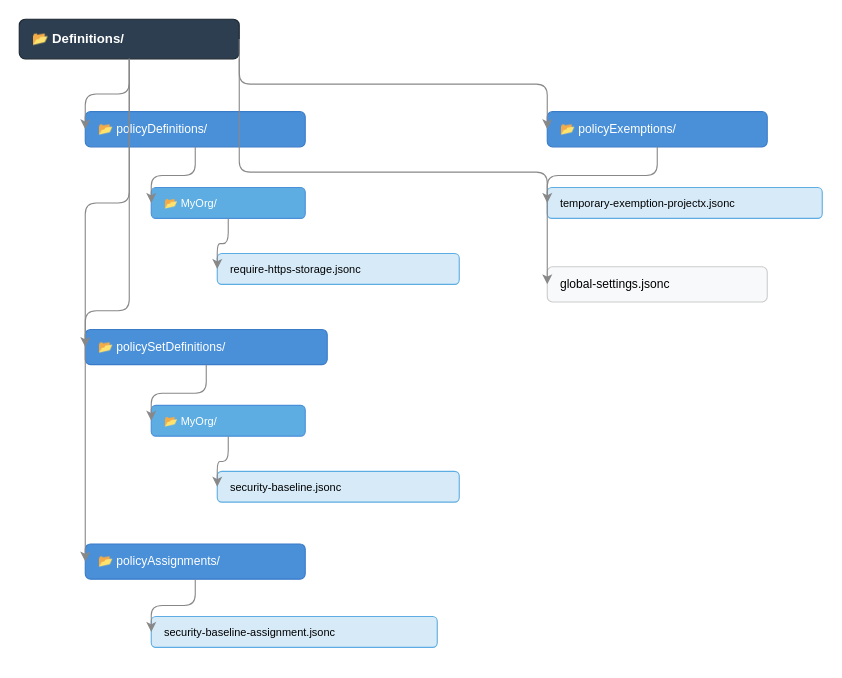
This is images/epac-folder-structure.drawio from ricmmartins/azure-governance-made-simple, a draw.io file, before an edit. Source tidied: cells renumbered, new cells numbered last; positions are measured from the earlier drawing's top-left corner, leaving out a move shared by most shapes. Both pictures are drawn from the tidied source at 110%, with x=0, y=0 at pixel (19, 19).
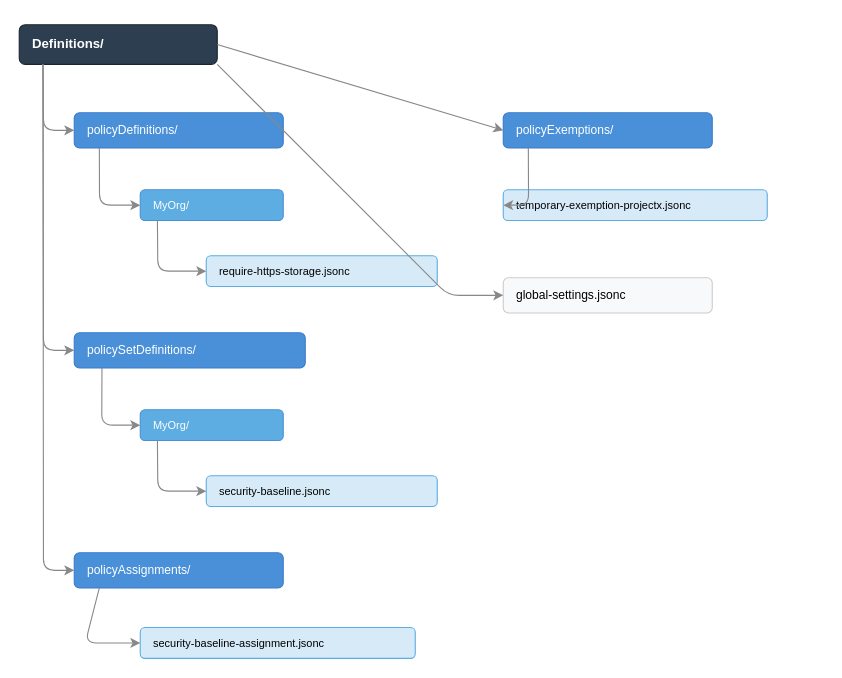
The same page after the edit.

Diff of the diagram source:
```diff
@@
-    <mxCell id="2" value="📂 Definitions/" style="rounded=1;whiteSpace=wrap;fillColor=#2C3E50;fontColor=#FFFFFF;strokeColor=#1A252F;fontSize=12;fontStyle=1;align=left;spacingLeft=10;" parent="1" vertex="1">
-      <mxGeometry width="200" height="36" as="geometry" />
+    <mxCell id="2" value="Definitions/" style="rounded=1;whiteSpace=wrap;fillColor=#2C3E50;fontColor=#FFFFFF;strokeColor=#1A252F;fontSize=12;fontStyle=1;align=left;spacingLeft=10;" parent="1" vertex="1">
+      <mxGeometry y="5" width="180" height="36" as="geometry" />
     </mxCell>
-    <mxCell id="3" value="📂 policyDefinitions/" style="rounded=1;whiteSpace=wrap;fillColor=#4A90D9;fontColor=#FFFFFF;strokeColor=#3A7BC8;fontSize=11;align=left;spacingLeft=10;" parent="1" vertex="1">
-      <mxGeometry x="60" y="84" width="200" height="32" as="geometry" />
+    <mxCell id="3" value="policyDefinitions/" style="rounded=1;whiteSpace=wrap;fillColor=#4A90D9;fontColor=#FFFFFF;strokeColor=#3A7BC8;fontSize=11;align=left;spacingLeft=10;" parent="1" vertex="1">
+      <mxGeometry x="50" y="85" width="190" height="32" as="geometry" />
     </mxCell>
-    <mxCell id="4" value="📂 MyOrg/" style="rounded=1;whiteSpace=wrap;fillColor=#5DADE2;fontColor=#FFFFFF;strokeColor=#4A90D9;fontSize=10;align=left;spacingLeft=10;" parent="1" vertex="1">
-      <mxGeometry x="120" y="153" width="140" height="28" as="geometry" />
+    <mxCell id="4" value="MyOrg/" style="rounded=1;whiteSpace=wrap;fillColor=#5DADE2;fontColor=#FFFFFF;strokeColor=#4A90D9;fontSize=10;align=left;spacingLeft=10;" parent="1" vertex="1">
+      <mxGeometry x="110" y="155" width="130" height="28" as="geometry" />
     </mxCell>
     <mxCell id="5" value="require-https-storage.jsonc" style="rounded=1;whiteSpace=wrap;fillColor=#D6EAF8;strokeColor=#5DADE2;fontSize=10;align=left;spacingLeft=10;" parent="1" vertex="1">
-      <mxGeometry x="180" y="213" width="220" height="28" as="geometry" />
+      <mxGeometry x="170" y="215" width="210" height="28" as="geometry" />
     </mxCell>
-    <mxCell id="6" value="📂 policySetDefinitions/" style="rounded=1;whiteSpace=wrap;fillColor=#4A90D9;fontColor=#FFFFFF;strokeColor=#3A7BC8;fontSize=11;align=left;spacingLeft=10;" parent="1" vertex="1">
-      <mxGeometry x="60" y="282" width="220" height="32" as="geometry" />
+    <mxCell id="6" value="policySetDefinitions/" style="rounded=1;whiteSpace=wrap;fillColor=#4A90D9;fontColor=#FFFFFF;strokeColor=#3A7BC8;fontSize=11;align=left;spacingLeft=10;" parent="1" vertex="1">
+      <mxGeometry x="50" y="285" width="210" height="32" as="geometry" />
     </mxCell>
-    <mxCell id="7" value="📂 MyOrg/" style="rounded=1;whiteSpace=wrap;fillColor=#5DADE2;fontColor=#FFFFFF;strokeColor=#4A90D9;fontSize=10;align=left;spacingLeft=10;" parent="1" vertex="1">
-      <mxGeometry x="120" y="351" width="140" height="28" as="geometry" />
+    <mxCell id="7" value="MyOrg/" style="rounded=1;whiteSpace=wrap;fillColor=#5DADE2;fontColor=#FFFFFF;strokeColor=#4A90D9;fontSize=10;align=left;spacingLeft=10;" parent="1" vertex="1">
+      <mxGeometry x="110" y="355" width="130" height="28" as="geometry" />
     </mxCell>
     <mxCell id="8" value="security-baseline.jsonc" style="rounded=1;whiteSpace=wrap;fillColor=#D6EAF8;strokeColor=#5DADE2;fontSize=10;align=left;spacingLeft=10;" parent="1" vertex="1">
-      <mxGeometry x="180" y="411" width="220" height="28" as="geometry" />
+      <mxGeometry x="170" y="415" width="210" height="28" as="geometry" />
     </mxCell>
-    <mxCell id="9" value="📂 policyAssignments/" style="rounded=1;whiteSpace=wrap;fillColor=#4A90D9;fontColor=#FFFFFF;strokeColor=#3A7BC8;fontSize=11;align=left;spacingLeft=10;" parent="1" vertex="1">
-      <mxGeometry x="60" y="477" width="200" height="32" as="geometry" />
+    <mxCell id="9" value="policyAssignments/" style="rounded=1;whiteSpace=wrap;fillColor=#4A90D9;fontColor=#FFFFFF;strokeColor=#3A7BC8;fontSize=11;align=left;spacingLeft=10;" parent="1" vertex="1">
+      <mxGeometry x="50" y="485" width="190" height="32" as="geometry" />
     </mxCell>
     <mxCell id="10" value="security-baseline-assignment.jsonc" style="rounded=1;whiteSpace=wrap;fillColor=#D6EAF8;strokeColor=#5DADE2;fontSize=10;align=left;spacingLeft=10;" parent="1" vertex="1">
-      <mxGeometry x="120" y="543" width="260" height="28" as="geometry" />
+      <mxGeometry x="110" y="553" width="250" height="28" as="geometry" />
     </mxCell>
-    <mxCell id="11" value="📂 policyExemptions/" style="rounded=1;whiteSpace=wrap;fillColor=#4A90D9;fontColor=#FFFFFF;strokeColor=#3A7BC8;fontSize=11;align=left;spacingLeft=10;" parent="1" vertex="1">
-      <mxGeometry x="480" y="84" width="200" height="32" as="geometry" />
+    <mxCell id="11" value="policyExemptions/" style="rounded=1;whiteSpace=wrap;fillColor=#4A90D9;fontColor=#FFFFFF;strokeColor=#3A7BC8;fontSize=11;align=left;spacingLeft=10;" parent="1" vertex="1">
+      <mxGeometry x="440" y="85" width="190" height="32" as="geometry" />
     </mxCell>
     <mxCell id="12" value="temporary-exemption-projectx.jsonc" style="rounded=1;whiteSpace=wrap;fillColor=#D6EAF8;strokeColor=#5DADE2;fontSize=10;align=left;spacingLeft=10;" parent="1" vertex="1">
-      <mxGeometry x="480" y="153" width="250" height="28" as="geometry" />
+      <mxGeometry x="440" y="155" width="240" height="28" as="geometry" />
     </mxCell>
     <mxCell id="13" value="global-settings.jsonc" style="rounded=1;whiteSpace=wrap;fillColor=#F8F9FA;strokeColor=#CCCCCC;fontSize=11;align=left;spacingLeft=10;" parent="1" vertex="1">
-      <mxGeometry x="480" y="225" width="200" height="32" as="geometry" />
+      <mxGeometry x="440" y="235" width="190" height="32" as="geometry" />
     </mxCell>
-    <mxCell id="14" style="edgeStyle=elbowEdgeStyle;elbow=vertical;strokeColor=#888888;strokeWidth=1;exitX=0.5;exitY=1;exitDx=0;exitDy=0;entryX=0;entryY=0.5;entryDx=0;entryDy=0;" parent="1" edge="1" source="2" target="3">
-      <mxGeometry relative="1" as="geometry" />
+    <mxCell id="14" style="rounded=1;strokeColor=#888;strokeWidth=1;exitX=0.12;exitY=1;exitDx=0;exitDy=0;entryX=0;entryY=0.5;entryDx=0;entryDy=0;" parent="1" edge="1" source="2" target="3">
+      <mxGeometry relative="1" as="geometry">
+        <Array as="points">
+          <mxPoint x="22" y="101" />
+        </Array>
+      </mxGeometry>
     </mxCell>
-    <mxCell id="15" style="edgeStyle=elbowEdgeStyle;elbow=vertical;strokeColor=#888888;strokeWidth=1;exitX=0.5;exitY=1;exitDx=0;exitDy=0;entryX=0;entryY=0.5;entryDx=0;entryDy=0;" parent="1" edge="1" source="3" target="4">
-      <mxGeometry relative="1" as="geometry" />
+    <mxCell id="15" style="rounded=1;strokeColor=#888;strokeWidth=1;exitX=0.12;exitY=1;exitDx=0;exitDy=0;entryX=0;entryY=0.5;entryDx=0;entryDy=0;" parent="1" edge="1" source="3" target="4">
+      <mxGeometry relative="1" as="geometry">
+        <Array as="points">
+          <mxPoint x="73" y="169" />
+        </Array>
+      </mxGeometry>
     </mxCell>
-    <mxCell id="16" style="edgeStyle=elbowEdgeStyle;elbow=vertical;strokeColor=#888888;strokeWidth=1;exitX=0.5;exitY=1;exitDx=0;exitDy=0;entryX=0;entryY=0.5;entryDx=0;entryDy=0;" parent="1" edge="1" source="4" target="5">
-      <mxGeometry relative="1" as="geometry" />
+    <mxCell id="16" style="rounded=1;strokeColor=#888;strokeWidth=1;exitX=0.12;exitY=1;exitDx=0;exitDy=0;entryX=0;entryY=0.5;entryDx=0;entryDy=0;" parent="1" edge="1" source="4" target="5">
+      <mxGeometry relative="1" as="geometry">
+        <Array as="points">
+          <mxPoint x="126" y="229" />
+        </Array>
+      </mxGeometry>
     </mxCell>
-    <mxCell id="17" style="edgeStyle=elbowEdgeStyle;elbow=vertical;strokeColor=#888888;strokeWidth=1;exitX=0.5;exitY=1;exitDx=0;exitDy=0;entryX=0;entryY=0.5;entryDx=0;entryDy=0;" parent="1" edge="1" source="2" target="6">
-      <mxGeometry relative="1" as="geometry" />
+    <mxCell id="17" style="rounded=1;strokeColor=#888;strokeWidth=1;exitX=0.12;exitY=1;exitDx=0;exitDy=0;entryX=0;entryY=0.5;entryDx=0;entryDy=0;" parent="1" edge="1" source="2" target="6">
+      <mxGeometry relative="1" as="geometry">
+        <Array as="points">
+          <mxPoint x="22" y="301" />
+        </Array>
+      </mxGeometry>
     </mxCell>
-    <mxCell id="18" style="edgeStyle=elbowEdgeStyle;elbow=vertical;strokeColor=#888888;strokeWidth=1;exitX=0.5;exitY=1;exitDx=0;exitDy=0;entryX=0;entryY=0.5;entryDx=0;entryDy=0;" parent="1" edge="1" source="6" target="7">
-      <mxGeometry relative="1" as="geometry" />
+    <mxCell id="18" style="rounded=1;strokeColor=#888;strokeWidth=1;exitX=0.12;exitY=1;exitDx=0;exitDy=0;entryX=0;entryY=0.5;entryDx=0;entryDy=0;" parent="1" edge="1" source="6" target="7">
+      <mxGeometry relative="1" as="geometry">
+        <Array as="points">
+          <mxPoint x="75" y="369" />
+        </Array>
+      </mxGeometry>
     </mxCell>
-    <mxCell id="19" style="edgeStyle=elbowEdgeStyle;elbow=vertical;strokeColor=#888888;strokeWidth=1;exitX=0.5;exitY=1;exitDx=0;exitDy=0;entryX=0;entryY=0.5;entryDx=0;entryDy=0;" parent="1" edge="1" source="7" target="8">
-      <mxGeometry relative="1" as="geometry" />
+    <mxCell id="19" style="rounded=1;strokeColor=#888;strokeWidth=1;exitX=0.12;exitY=1;exitDx=0;exitDy=0;entryX=0;entryY=0.5;entryDx=0;entryDy=0;" parent="1" edge="1" source="7" target="8">
+      <mxGeometry relative="1" as="geometry">
+        <Array as="points">
+          <mxPoint x="126" y="429" />
+        </Array>
+      </mxGeometry>
     </mxCell>
-    <mxCell id="20" style="edgeStyle=elbowEdgeStyle;elbow=vertical;strokeColor=#888888;strokeWidth=1;exitX=0.5;exitY=1;exitDx=0;exitDy=0;entryX=0;entryY=0.5;entryDx=0;entryDy=0;" parent="1" edge="1" source="2" target="9">
-      <mxGeometry relative="1" as="geometry" />
+    <mxCell id="20" style="rounded=1;strokeColor=#888;strokeWidth=1;exitX=0.12;exitY=1;exitDx=0;exitDy=0;entryX=0;entryY=0.5;entryDx=0;entryDy=0;" parent="1" edge="1" source="2" target="9">
+      <mxGeometry relative="1" as="geometry">
+        <Array as="points">
+          <mxPoint x="22" y="501" />
+        </Array>
+      </mxGeometry>
     </mxCell>
-    <mxCell id="21" style="edgeStyle=elbowEdgeStyle;elbow=vertical;strokeColor=#888888;strokeWidth=1;exitX=0.5;exitY=1;exitDx=0;exitDy=0;entryX=0;entryY=0.5;entryDx=0;entryDy=0;" parent="1" edge="1" source="9" target="10">
-      <mxGeometry relative="1" as="geometry" />
+    <mxCell id="21" style="rounded=1;strokeColor=#888;strokeWidth=1;exitX=0.12;exitY=1;exitDx=0;exitDy=0;entryX=0;entryY=0.5;entryDx=0;entryDy=0;" parent="1" edge="1" source="9" target="10">
+      <mxGeometry relative="1" as="geometry">
+        <Array as="points">
+          <mxPoint x="60" y="567" />
+        </Array>
+      </mxGeometry>
     </mxCell>
-    <mxCell id="22" style="edgeStyle=elbowEdgeStyle;elbow=vertical;strokeColor=#888888;strokeWidth=1;exitX=1;exitY=0.5;exitDx=0;exitDy=0;entryX=0;entryY=0.5;entryDx=0;entryDy=0;" parent="1" edge="1" source="2" target="11">
+    <mxCell id="22" style="rounded=1;strokeColor=#888;strokeWidth=1;exitX=1;exitY=0.5;exitDx=0;exitDy=0;entryX=0;entryY=0.5;entryDx=0;entryDy=0;" parent="1" edge="1" source="2" target="11">
       <mxGeometry relative="1" as="geometry" />
     </mxCell>
-    <mxCell id="23" style="edgeStyle=elbowEdgeStyle;elbow=vertical;strokeColor=#888888;strokeWidth=1;exitX=0.5;exitY=1;exitDx=0;exitDy=0;entryX=0;entryY=0.5;entryDx=0;entryDy=0;" parent="1" edge="1" source="11" target="12">
-      <mxGeometry relative="1" as="geometry" />
+    <mxCell id="23" style="rounded=1;strokeColor=#888;strokeWidth=1;exitX=0.12;exitY=1;exitDx=0;exitDy=0;entryX=0;entryY=0.5;entryDx=0;entryDy=0;" parent="1" edge="1" source="11" target="12">
+      <mxGeometry relative="1" as="geometry">
+        <Array as="points">
+          <mxPoint x="463" y="169" />
+        </Array>
+      </mxGeometry>
     </mxCell>
-    <mxCell id="24" style="edgeStyle=elbowEdgeStyle;elbow=vertical;strokeColor=#888888;strokeWidth=1;exitX=1;exitY=1;exitDx=0;exitDy=0;entryX=0;entryY=0.5;entryDx=0;entryDy=0;" parent="1" edge="1" source="2" target="13">
-      <mxGeometry relative="1" as="geometry" />
+    <mxCell id="24" style="rounded=1;strokeColor=#888;strokeWidth=1;exitX=1;exitY=1;exitDx=0;exitDy=0;entryX=0;entryY=0.5;entryDx=0;entryDy=0;" parent="1" edge="1" source="2" target="13">
+      <mxGeometry relative="1" as="geometry">
+        <Array as="points">
+          <mxPoint x="390" y="251" />
+        </Array>
+      </mxGeometry>
     </mxCell>
```
